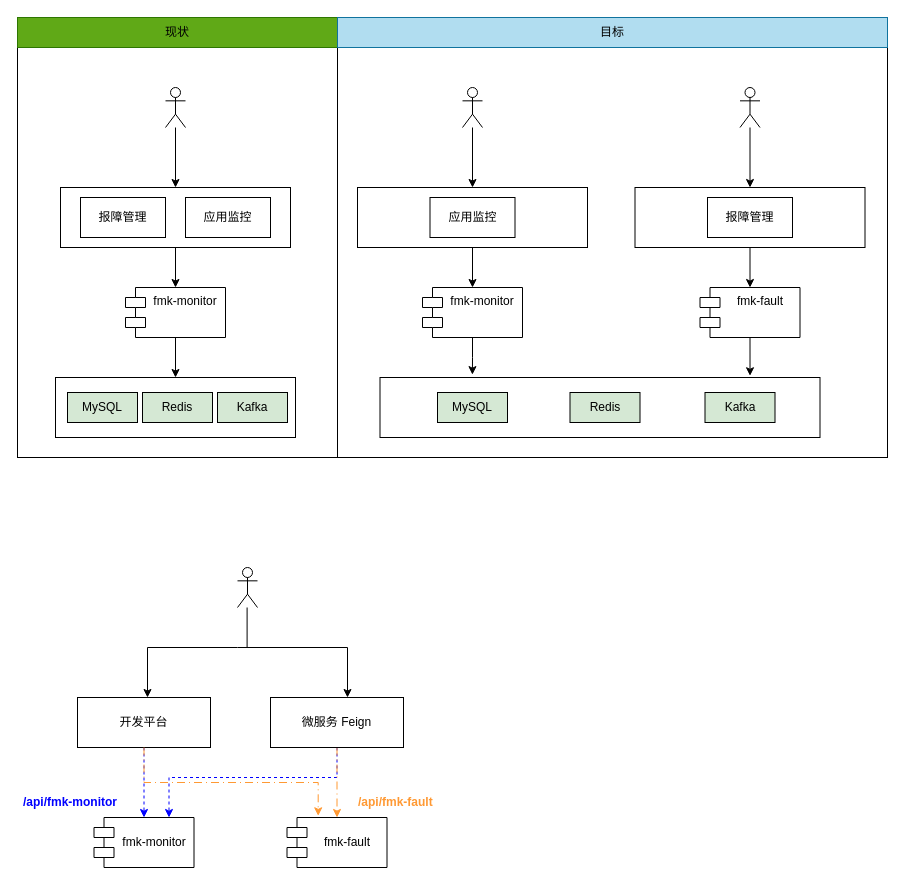
This is 报障管理独立架构.drawio from DongRuihua/draw, a draw.io file, before an edit. Source tidied: cells renumbered, new cells numbered last; positions are measured from the earlier drawing's top-left corner, leaving out a move shared by most shapes. Both pictures are drawn from the tidied source at 100%, with x=0, y=0 at pixel (17, 17).
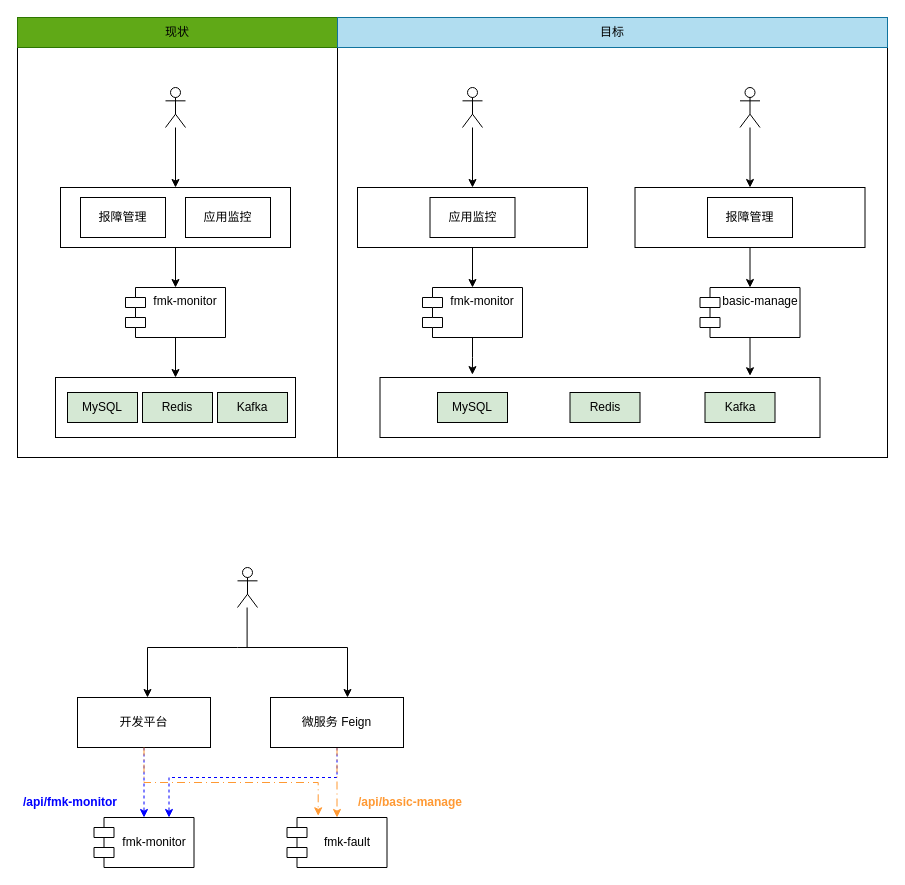
Above is the later version.

Commit message:
更新报障管理独立架构.drawio

Unchanged cells that the change refers to:
```xml
<mxCell id="19" style="group;" parent="1" vertex="1">
  <mxGeometry x="340" y="70" width="507.5" height="350" as="geometry" />
</mxCell>
```

What changed in the source:
```diff
@@
-    <mxCell id="34" value="fmk-fault" style="shape=module;align=left;spacingLeft=20;align=center;verticalAlign=top;whiteSpace=wrap;html=1;" parent="19" vertex="1">
+    <mxCell id="34" value="basic-manage" style="shape=module;align=left;spacingLeft=20;align=center;verticalAlign=top;whiteSpace=wrap;html=1;" parent="19" vertex="1">
       <mxGeometry x="342.5" y="200" width="100" height="50" as="geometry" />
     </mxCell>
@@
     <mxCell id="39" style="group;" parent="1" vertex="1">
-      <mxGeometry y="550" width="435" height="300" as="geometry" />
+      <mxGeometry y="550" width="450" height="300" as="geometry" />
     </mxCell>
@@
-    <mxCell id="50" value="&lt;font style=&quot;color: rgb(255, 153, 51);&quot;&gt;&lt;b&gt;/api/fmk-fault&lt;/b&gt;&lt;/font&gt;" style="text;strokeColor=none;fillColor=none;align=left;verticalAlign=middle;spacingLeft=4;spacingRight=4;overflow=hidden;whiteSpace=wrap;html=1;" parent="39" vertex="1">
-      <mxGeometry x="335" y="220" width="100" height="30" as="geometry" />
+    <mxCell id="50" value="&lt;font style=&quot;color: rgb(255, 153, 51);&quot;&gt;&lt;b&gt;/api/basic-manage&lt;/b&gt;&lt;/font&gt;" style="text;strokeColor=none;fillColor=none;align=left;verticalAlign=middle;spacingLeft=4;spacingRight=4;overflow=hidden;whiteSpace=wrap;html=1;" parent="39" vertex="1">
+      <mxGeometry x="335" y="220" width="115" height="30" as="geometry" />
     </mxCell>
```
